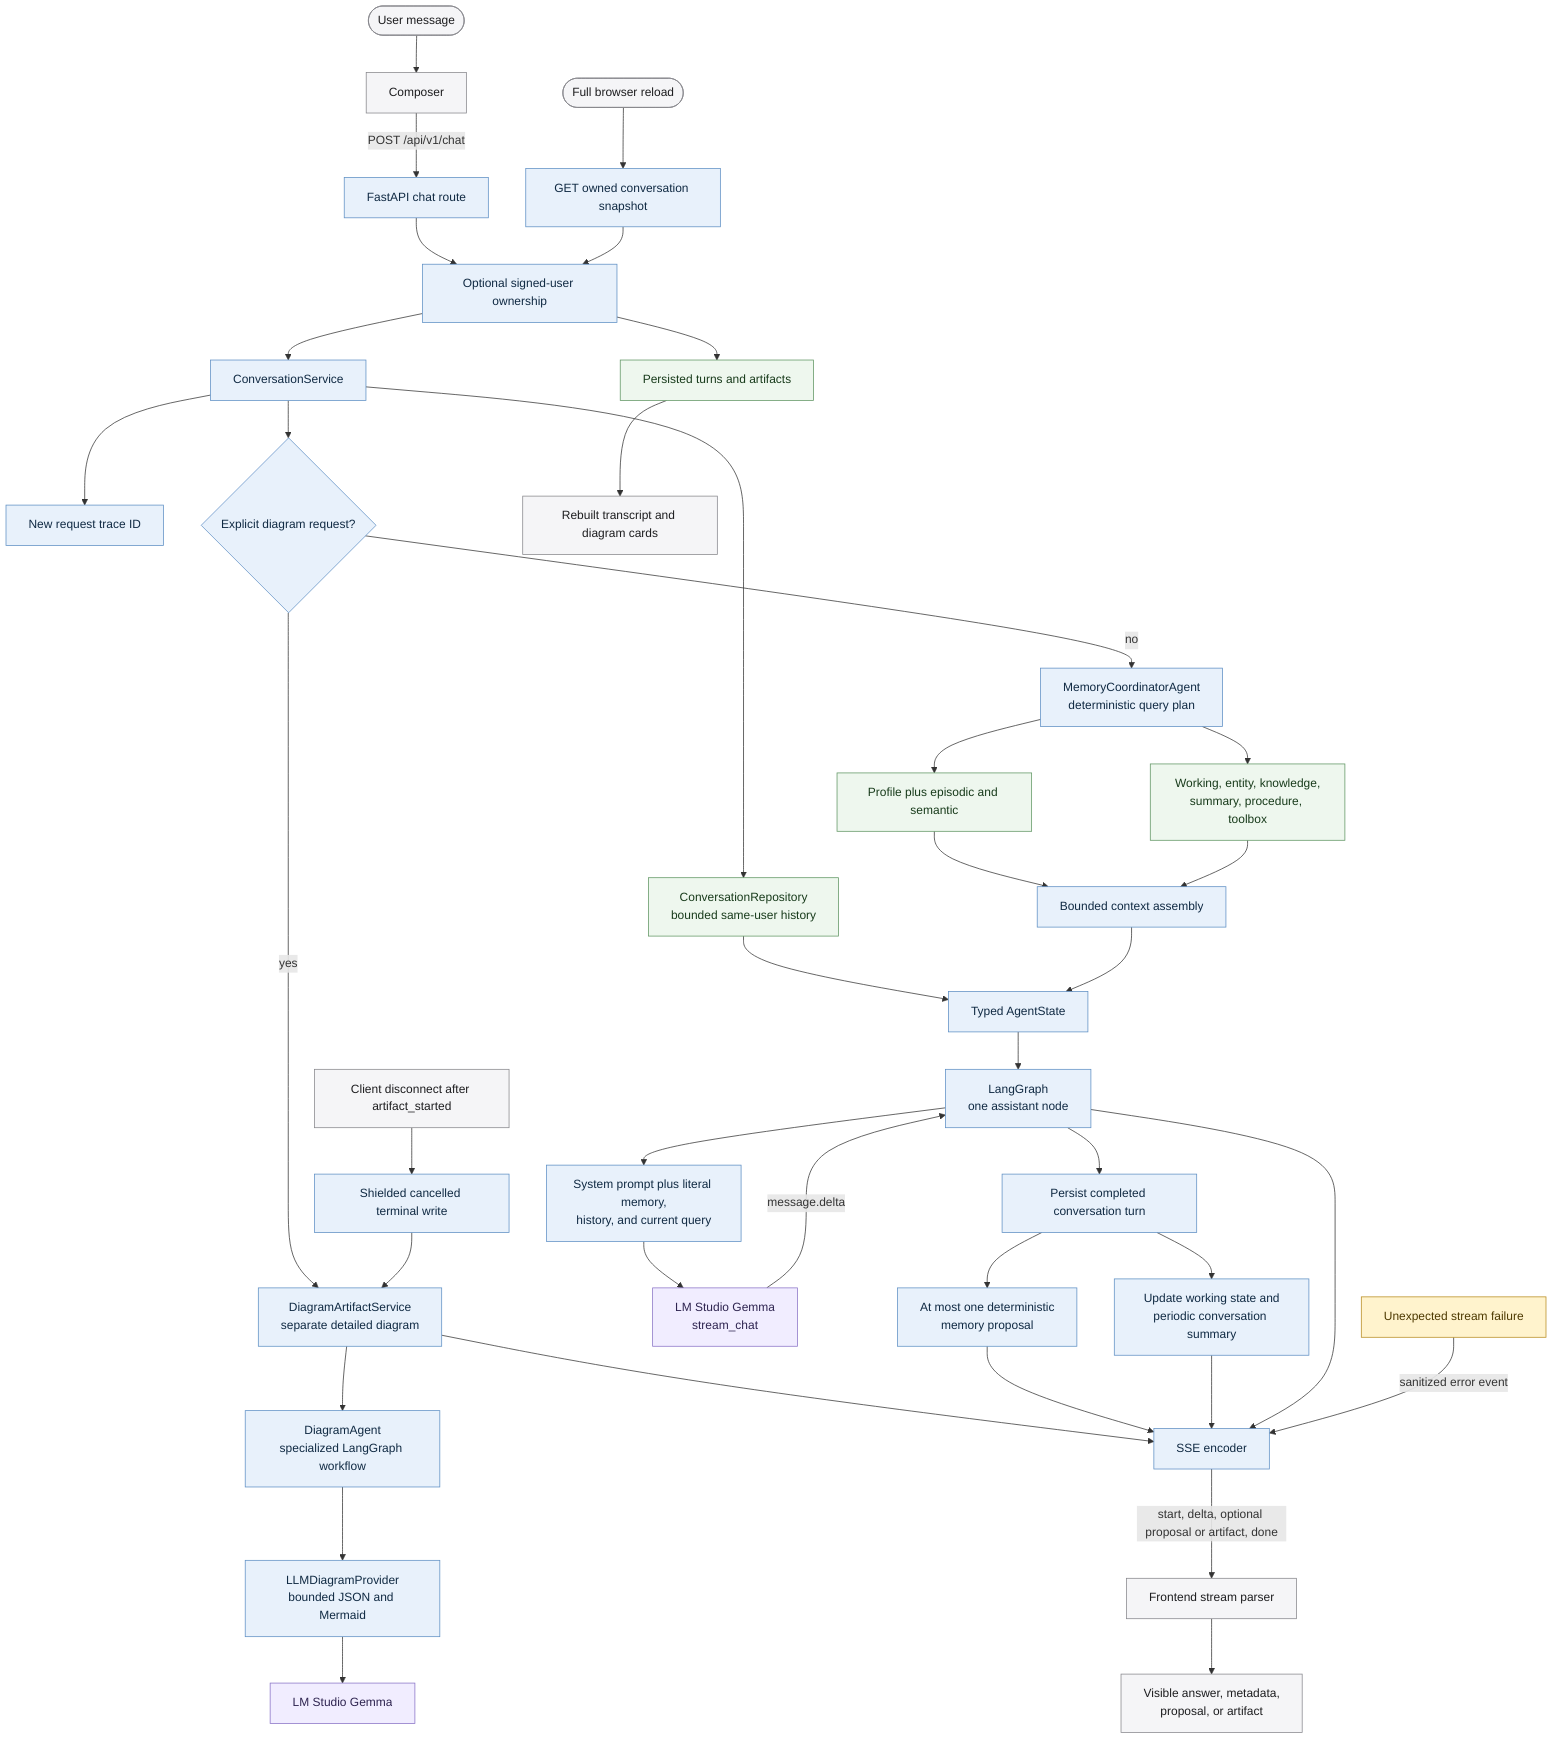
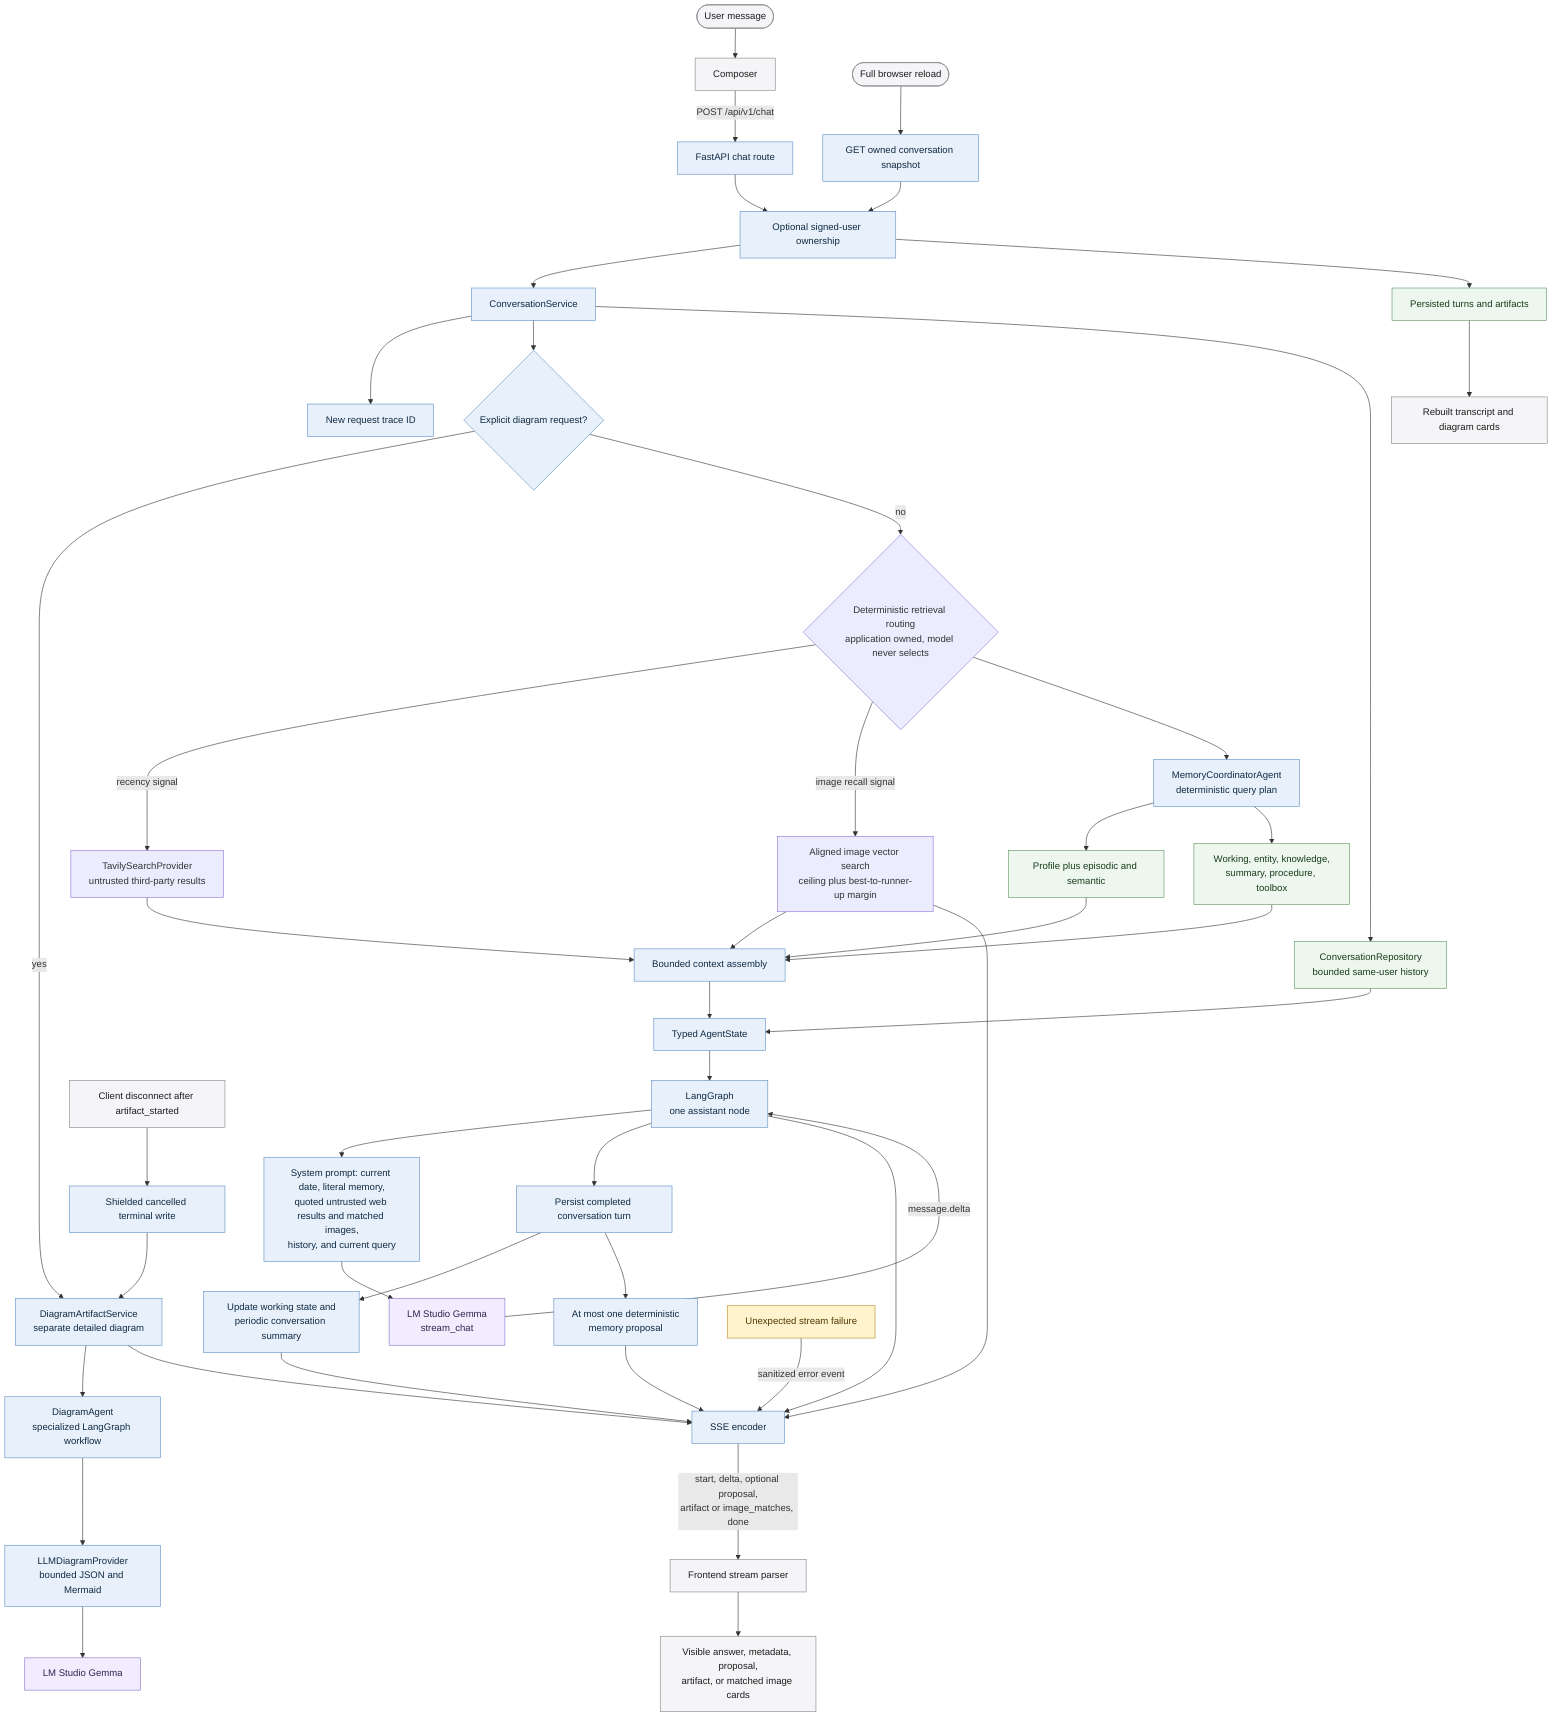
flowchart TB
    User([User message]) --> Composer[Composer]
    Composer -->|POST /api/v1/chat| ChatAPI[FastAPI chat route]
    ChatAPI --> Ownership[Optional signed-user ownership]
    Ownership --> Service[ConversationService]
    Service --> Trace[New request trace ID]
    Service --> Route{Explicit diagram request?}

    Route -->|yes| Artifact[DiagramArtifactService<br/>separate detailed diagram]
    Artifact --> DiagramAgent[DiagramAgent<br/>specialized LangGraph workflow]
    DiagramAgent --> DiagramProvider[LLMDiagramProvider<br/>bounded JSON and Mermaid]
    DiagramProvider --> DiagramGemma[LM Studio Gemma]
    Artifact --> SSE

-     Route -->|no| Plan[MemoryCoordinatorAgent<br/>deterministic query plan]
+     Route -->|no| Retrieval{Deterministic retrieval routing<br/>application owned, model never selects}
+     Retrieval -->|recency signal| WebSearch[TavilySearchProvider<br/>untrusted third-party results]
+     Retrieval -->|image recall signal| ImageSearch[Aligned image vector search<br/>ceiling plus best-to-runner-up margin]
+     WebSearch --> Context
+     ImageSearch --> Context
+     ImageSearch --> SSE
+     Retrieval --> Plan[MemoryCoordinatorAgent<br/>deterministic query plan]
    Plan --> Personal[Profile plus episodic and semantic]
    Plan --> Typed[Working, entity, knowledge,<br/>summary, procedure, toolbox]
    Service --> History[ConversationRepository<br/>bounded same-user history]
    Personal --> Context[Bounded context assembly]
    Typed --> Context
    History --> State[Typed AgentState]
    Context --> State
    State --> Graph[LangGraph<br/>one assistant node]
-     Graph --> Prompt[System prompt plus literal memory,<br/>history, and current query]
+     Graph --> Prompt[System prompt: current date, literal memory,<br/>quoted untrusted web results and matched images,<br/>history, and current query]
    Prompt --> Gemma[LM Studio Gemma<br/>stream_chat]
    Gemma -->|message.delta| Graph
    Graph --> Persist[Persist completed conversation turn]
    Persist --> Lifecycle[Update working state and<br/>periodic conversation summary]
    Persist --> Proposal[At most one deterministic<br/>memory proposal]
    Proposal --> SSE[SSE encoder]
    Lifecycle --> SSE
    Graph --> SSE
-     SSE -->|start, delta, optional proposal or artifact, done| Parser[Frontend stream parser]
-     Parser --> Answer[Visible answer, metadata,<br/>proposal, or artifact]
+     SSE -->|start, delta, optional proposal,<br/>artifact or image_matches, done| Parser[Frontend stream parser]
+     Parser --> Answer[Visible answer, metadata, proposal,<br/>artifact, or matched image cards]

    Reload([Full browser reload]) --> SnapshotAPI[GET owned conversation snapshot]
    SnapshotAPI --> Ownership
    Ownership --> RestoreHistory[Persisted turns and artifacts]
    RestoreHistory --> RestoreUI[Rebuilt transcript and diagram cards]

    Failure[Unexpected stream failure] -->|sanitized error event| SSE
    Disconnect[Client disconnect after artifact_started] --> CancelCleanup[Shielded cancelled terminal write]
    CancelCleanup --> Artifact

    classDef interface fill:#f5f5f7,stroke:#86868b,color:#1d1d1f;
    classDef application fill:#e8f1fb,stroke:#5e8fc4,color:#102a43;
    classDef data fill:#eef7ee,stroke:#5f9562,color:#183b1b;
    classDef external fill:#f1edff,stroke:#8872c6,color:#2e2450;
    classDef failure fill:#fff3cd,stroke:#b78b20,color:#4d3900;
    class User,Composer,Parser,Answer,Reload,RestoreUI,Disconnect interface;
    class ChatAPI,SnapshotAPI,Ownership,Service,Trace,Route,Plan,Context,State,Graph,Prompt,Persist,Lifecycle,Proposal,SSE,Artifact,DiagramAgent,DiagramProvider,CancelCleanup application;
    class Personal,Typed,History,RestoreHistory data;
    class Gemma,DiagramGemma external;
    class Failure failure;
